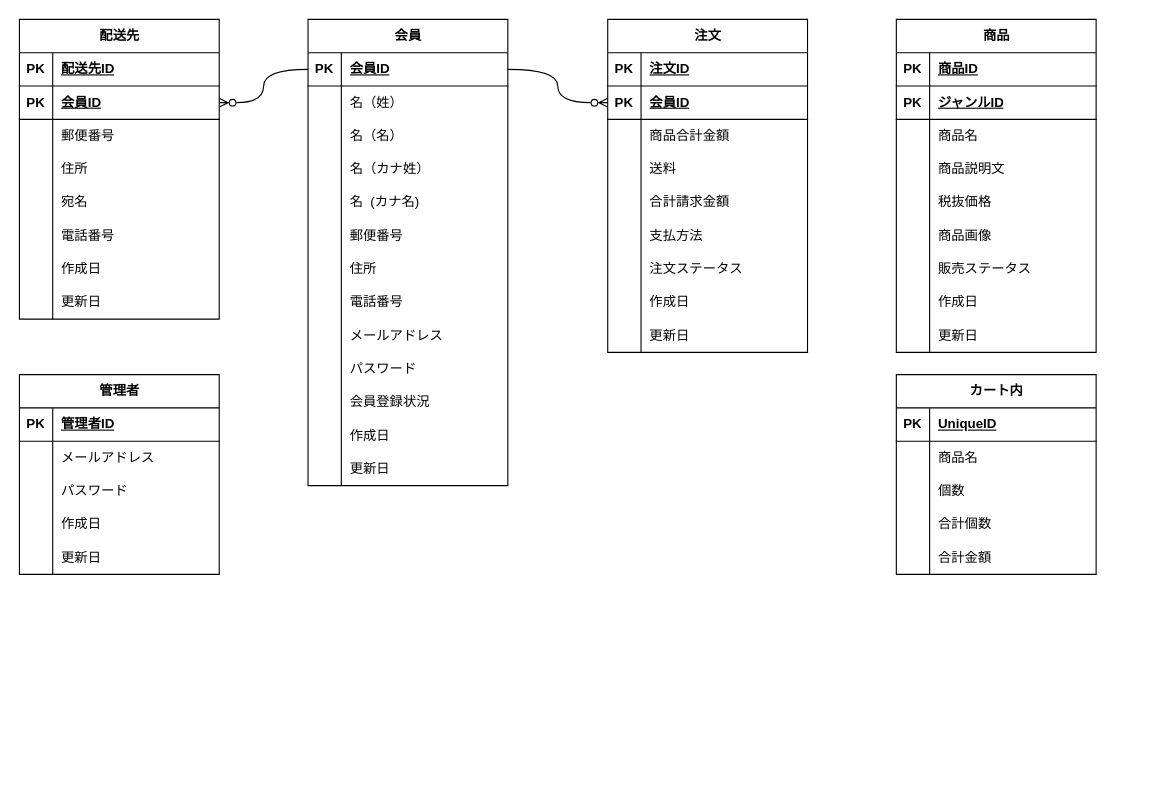
Satoko0129/exercises keeps this draw.io diagram as ER図.drawio. Above is the earlier version. Source tidied: cells renumbered, new cells numbered last; positions are measured from the earlier drawing's top-left corner, leaving out a move shared by most shapes. Both pictures are drawn from the tidied source at 111%, with x=0, y=0 at pixel (19, 19).
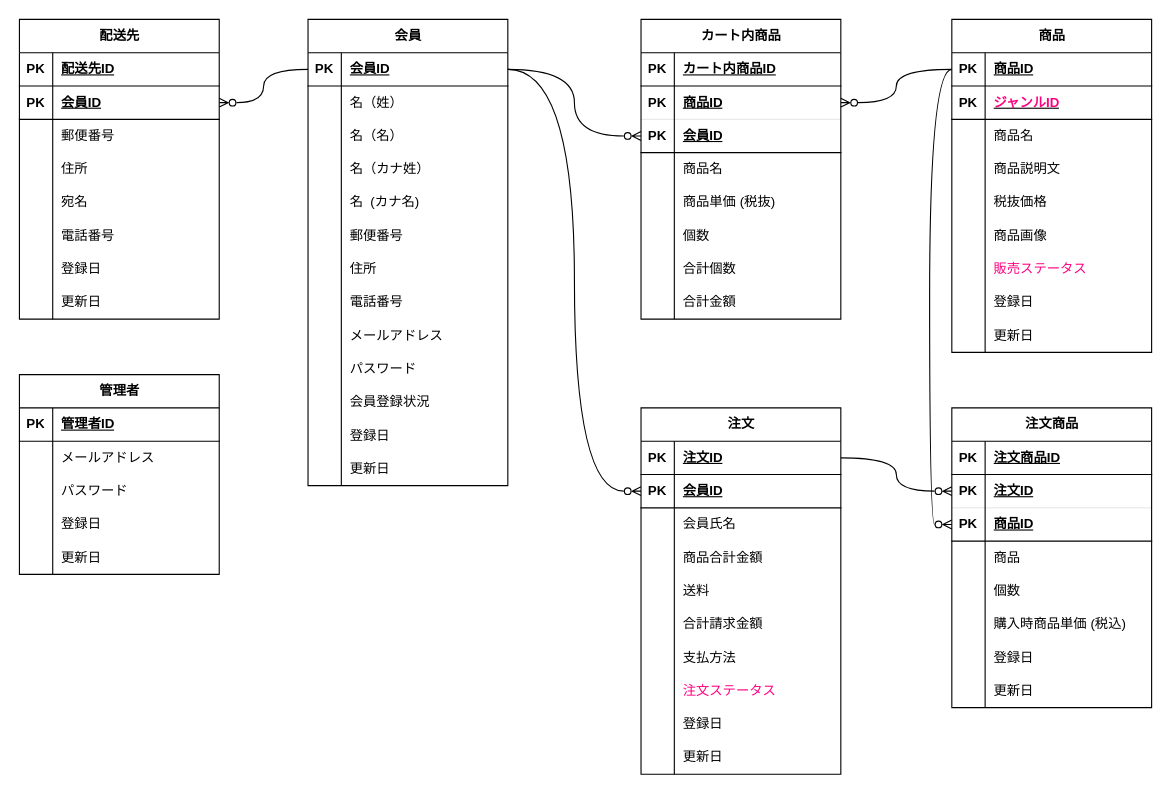
The same page after the edit.

Commit message (it also covers changes not shown here):
ER図.drawio を更新します

Unchanged cells that the change refers to:
```xml
<mxCell id="3" style="shape=tableRow;horizontal=0;startSize=0;swimlaneHead=0;swimlaneBody=0;fillColor=none;points=[[0,0.5],[1,0.5]];portConstraint=eastwest;top=0;left=0;right=0;bottom=1;" parent="2" vertex="1">
  <mxGeometry y="30" width="180" height="30" as="geometry" />
</mxCell>
<mxCell id="36" style="shape=tableRow;horizontal=0;startSize=0;swimlaneHead=0;swimlaneBody=0;fillColor=none;top=0;left=0;right=0;bottom=0;" parent="2" vertex="1">
  <mxGeometry y="360" width="180" height="30" as="geometry" />
</mxCell>
<mxCell id="61" style="shape=tableRow;horizontal=0;startSize=0;swimlaneHead=0;swimlaneBody=0;fillColor=none;top=0;left=0;right=0;bottom=0;" parent="42" vertex="1">
  <mxGeometry y="210" width="180" height="30" as="geometry" />
</mxCell>
<mxCell id="68" style="shape=tableRow;horizontal=0;startSize=0;swimlaneHead=0;swimlaneBody=0;fillColor=none;top=0;left=0;right=0;bottom=1;" parent="67" vertex="1">
  <mxGeometry y="30" width="180" height="30" as="geometry" />
</mxCell>
<mxCell id="84" style="shape=tableRow;horizontal=0;startSize=0;swimlaneHead=0;swimlaneBody=0;fillColor=none;points=[[0,0.5],[1,0.5]];portConstraint=eastwest;top=0;left=0;right=0;bottom=1;" parent="83" vertex="1">
  <mxGeometry y="30" width="180" height="30" as="geometry" />
</mxCell>
<mxCell id="122" style="shape=tableRow;horizontal=0;startSize=0;swimlaneHead=0;swimlaneBody=0;fillColor=none;top=0;left=0;right=0;bottom=0;" parent="112" vertex="1">
  <mxGeometry y="120" width="180" height="30" as="geometry" />
</mxCell>
<mxCell id="130" style="shape=tableRow;horizontal=0;startSize=0;swimlaneHead=0;swimlaneBody=0;fillColor=none;points=[[0,0.5],[1,0.5]];portConstraint=eastwest;top=0;left=0;right=0;bottom=1;" parent="129" vertex="1">
  <mxGeometry y="30" width="180" height="30" as="geometry" />
</mxCell>
<mxCell id="133" style="shape=tableRow;horizontal=0;startSize=0;swimlaneHead=0;swimlaneBody=0;fillColor=none;top=0;left=0;right=0;bottom=1;" parent="129" vertex="1">
  <mxGeometry y="60" width="180" height="30" as="geometry" />
</mxCell>
<mxCell id="148" style="shape=tableRow;horizontal=0;startSize=0;swimlaneHead=0;swimlaneBody=0;fillColor=none;top=0;left=0;right=0;bottom=0;" parent="129" vertex="1">
  <mxGeometry y="210" width="180" height="30" as="geometry" />
</mxCell>
<mxCell id="151" style="shape=tableRow;horizontal=0;startSize=0;swimlaneHead=0;swimlaneBody=0;fillColor=none;top=0;left=0;right=0;bottom=0;" parent="129" vertex="1">
  <mxGeometry y="240" width="180" height="30" as="geometry" />
</mxCell>
```

Change to the diagram source:
```diff
@@
-    <mxCell id="38" value="作成日" style="shape=partialRectangle;fillColor=none;top=0;left=0;bottom=0;right=0;align=left;spacingLeft=6;overflow=hidden;whiteSpace=wrap;html=1;" parent="36" vertex="1">
+    <mxCell id="38" value="登録日" style="shape=partialRectangle;fillColor=none;top=0;left=0;bottom=0;right=0;align=left;spacingLeft=6;overflow=hidden;whiteSpace=wrap;html=1;" parent="36" vertex="1">
       <mxGeometry x="30" width="150" height="30" as="geometry" />
     </mxCell>
@@
-    <mxCell id="63" value="作成日" style="shape=partialRectangle;fillColor=none;top=0;left=0;bottom=0;right=0;align=left;spacingLeft=6;overflow=hidden;whiteSpace=wrap;html=1;" parent="61" vertex="1">
+    <mxCell id="63" value="登録日" style="shape=partialRectangle;fillColor=none;top=0;left=0;bottom=0;right=0;align=left;spacingLeft=6;overflow=hidden;whiteSpace=wrap;html=1;" parent="61" vertex="1">
       <mxGeometry x="30" width="150" height="30" as="geometry" />
     </mxCell>
@@
-    <mxCell id="67" value="カート内" style="shape=table;startSize=30;childLayout=tableLayout;rowLines=0;fontStyle=1;align=center;html=1;" parent="1" vertex="1">
-      <mxGeometry x="790" y="320" width="180" height="180" as="geometry" />
+    <mxCell id="67" value="カート内商品" style="shape=table;startSize=30;childLayout=tableLayout;rowLines=0;fontStyle=1;align=center;html=1;" parent="1" vertex="1">
+      <mxGeometry x="560" width="180" height="270" as="geometry" />
     </mxCell>
@@
-    <mxCell id="70" value="UniqueID" style="shape=partialRectangle;fillColor=none;top=0;left=0;bottom=0;right=0;align=left;spacingLeft=6;fontStyle=5;overflow=hidden;whiteSpace=wrap;html=1;" parent="68" vertex="1">
+    <mxCell id="70" value="カート内商品ID" style="shape=partialRectangle;fillColor=none;top=0;left=0;bottom=0;right=0;align=left;spacingLeft=6;fontStyle=5;overflow=hidden;whiteSpace=wrap;html=1;" parent="68" vertex="1">
       <mxGeometry x="30" width="150" height="30" as="geometry" />
     </mxCell>
+    <mxCell id="158" style="shape=tableRow;horizontal=0;startSize=0;swimlaneHead=0;swimlaneBody=0;fillColor=none;points=[[0,0.5],[1,0.5]];portConstraint=eastwest;top=0;left=0;right=0;bottom=1;strokeColor=inherit;strokeWidth=0;" parent="67" vertex="1">
+      <mxGeometry y="60" width="180" height="30" as="geometry" />
+    </mxCell>
+    <mxCell id="159" value="PK&lt;br&gt;" style="shape=partialRectangle;fillColor=none;top=0;left=0;bottom=0;right=0;fontStyle=1;overflow=hidden;whiteSpace=wrap;html=1;" parent="158" vertex="1">
+      <mxGeometry width="30" height="30" as="geometry" />
+    </mxCell>
+    <mxCell id="160" value="商品ID" style="shape=partialRectangle;fillColor=none;top=0;left=0;bottom=0;right=0;align=left;spacingLeft=6;fontStyle=5;overflow=hidden;whiteSpace=wrap;html=1;" parent="158" vertex="1">
+      <mxGeometry x="30" width="150" height="30" as="geometry" />
+    </mxCell>
+    <mxCell id="161" style="shape=tableRow;horizontal=0;startSize=0;swimlaneHead=0;swimlaneBody=0;fillColor=none;points=[[0,0.5],[1,0.5]];portConstraint=eastwest;top=0;left=0;right=0;bottom=1;" parent="67" vertex="1">
+      <mxGeometry y="90" width="180" height="30" as="geometry" />
+    </mxCell>
+    <mxCell id="162" value="PK" style="shape=partialRectangle;fillColor=none;top=0;left=0;bottom=0;right=0;fontStyle=1;overflow=hidden;whiteSpace=wrap;html=1;" parent="161" vertex="1">
+      <mxGeometry width="30" height="30" as="geometry" />
+    </mxCell>
+    <mxCell id="163" value="会員ID" style="shape=partialRectangle;fillColor=none;top=0;left=0;bottom=0;right=0;align=left;spacingLeft=6;fontStyle=5;overflow=hidden;whiteSpace=wrap;html=1;" parent="161" vertex="1">
+      <mxGeometry x="30" width="150" height="30" as="geometry" />
+    </mxCell>
     <mxCell id="71" style="shape=tableRow;horizontal=0;startSize=0;swimlaneHead=0;swimlaneBody=0;fillColor=none;top=0;left=0;right=0;bottom=0;" parent="67" vertex="1">
-      <mxGeometry y="60" width="180" height="30" as="geometry" />
+      <mxGeometry y="120" width="180" height="30" as="geometry" />
     </mxCell>
@@
+    <mxCell id="164" style="shape=tableRow;horizontal=0;startSize=0;swimlaneHead=0;swimlaneBody=0;fillColor=none;top=0;left=0;right=0;bottom=0;" parent="67" vertex="1">
+      <mxGeometry y="150" width="180" height="30" as="geometry" />
+    </mxCell>
+    <mxCell id="165" style="shape=partialRectangle;fillColor=none;top=0;left=0;bottom=0;right=0;overflow=hidden;whiteSpace=wrap;html=1;" parent="164" vertex="1">
+      <mxGeometry width="30" height="30" as="geometry" />
+    </mxCell>
+    <mxCell id="166" value="商品単価 (税抜)&amp;nbsp;" style="shape=partialRectangle;fillColor=none;top=0;left=0;bottom=0;right=0;align=left;spacingLeft=6;overflow=hidden;whiteSpace=wrap;html=1;" parent="164" vertex="1">
+      <mxGeometry x="30" width="150" height="30" as="geometry" />
+    </mxCell>
     <mxCell id="74" style="shape=tableRow;horizontal=0;startSize=0;swimlaneHead=0;swimlaneBody=0;fillColor=none;top=0;left=0;right=0;bottom=0;" parent="67" vertex="1">
-      <mxGeometry y="90" width="180" height="30" as="geometry" />
+      <mxGeometry y="180" width="180" height="30" as="geometry" />
     </mxCell>
@@
     <mxCell id="77" style="shape=tableRow;horizontal=0;startSize=0;swimlaneHead=0;swimlaneBody=0;fillColor=none;top=0;left=0;right=0;bottom=0;" parent="67" vertex="1">
-      <mxGeometry y="120" width="180" height="30" as="geometry" />
+      <mxGeometry y="210" width="180" height="30" as="geometry" />
     </mxCell>
@@
     <mxCell id="80" style="shape=tableRow;horizontal=0;startSize=0;swimlaneHead=0;swimlaneBody=0;fillColor=none;top=0;left=0;right=0;bottom=0;" parent="67" vertex="1">
-      <mxGeometry y="150" width="180" height="30" as="geometry" />
+      <mxGeometry y="240" width="180" height="30" as="geometry" />
     </mxCell>
@@
     <mxCell id="83" value="注文" style="shape=table;startSize=30;childLayout=tableLayout;rowLines=0;fontStyle=1;align=center;html=1;" parent="1" vertex="1">
-      <mxGeometry x="530" width="180" height="300" as="geometry" />
+      <mxGeometry x="560" y="350" width="180" height="330" as="geometry" />
     </mxCell>
@@
+    <mxCell id="167" style="shape=tableRow;horizontal=0;startSize=0;swimlaneHead=0;swimlaneBody=0;fillColor=none;top=0;left=0;right=0;bottom=0;" parent="83" vertex="1">
+      <mxGeometry y="90" width="180" height="30" as="geometry" />
+    </mxCell>
+    <mxCell id="168" style="shape=partialRectangle;fillColor=none;top=0;left=0;bottom=0;right=0;overflow=hidden;whiteSpace=wrap;html=1;" parent="167" vertex="1">
+      <mxGeometry width="30" height="30" as="geometry" />
+    </mxCell>
+    <mxCell id="169" value="会員氏名" style="shape=partialRectangle;fillColor=none;top=0;left=0;bottom=0;right=0;align=left;spacingLeft=6;overflow=hidden;whiteSpace=wrap;html=1;" parent="167" vertex="1">
+      <mxGeometry x="30" width="150" height="30" as="geometry" />
+    </mxCell>
     <mxCell id="90" style="shape=tableRow;horizontal=0;startSize=0;swimlaneHead=0;swimlaneBody=0;fillColor=none;top=0;left=0;right=0;bottom=0;" parent="83" vertex="1">
-      <mxGeometry y="90" width="180" height="30" as="geometry" />
+      <mxGeometry y="120" width="180" height="30" as="geometry" />
     </mxCell>
@@
     <mxCell id="93" style="shape=tableRow;horizontal=0;startSize=0;swimlaneHead=0;swimlaneBody=0;fillColor=none;top=0;left=0;right=0;bottom=0;" parent="83" vertex="1">
-      <mxGeometry y="120" width="180" height="30" as="geometry" />
+      <mxGeometry y="150" width="180" height="30" as="geometry" />
     </mxCell>
@@
     <mxCell id="96" style="shape=tableRow;horizontal=0;startSize=0;swimlaneHead=0;swimlaneBody=0;fillColor=none;top=0;left=0;right=0;bottom=0;" parent="83" vertex="1">
-      <mxGeometry y="150" width="180" height="30" as="geometry" />
+      <mxGeometry y="180" width="180" height="30" as="geometry" />
     </mxCell>
@@
     <mxCell id="99" style="shape=tableRow;horizontal=0;startSize=0;swimlaneHead=0;swimlaneBody=0;fillColor=none;top=0;left=0;right=0;bottom=0;" parent="83" vertex="1">
-      <mxGeometry y="180" width="180" height="30" as="geometry" />
+      <mxGeometry y="210" width="180" height="30" as="geometry" />
     </mxCell>
@@
     <mxCell id="102" style="shape=tableRow;horizontal=0;startSize=0;swimlaneHead=0;swimlaneBody=0;fillColor=none;top=0;left=0;right=0;bottom=0;" parent="83" vertex="1">
-      <mxGeometry y="210" width="180" height="30" as="geometry" />
+      <mxGeometry y="240" width="180" height="30" as="geometry" />
     </mxCell>
@@
-    <mxCell id="104" value="注文ステータス" style="shape=partialRectangle;fillColor=none;top=0;left=0;bottom=0;right=0;align=left;spacingLeft=6;overflow=hidden;whiteSpace=wrap;html=1;" parent="102" vertex="1">
+    <mxCell id="104" value="&lt;font color=&quot;#ff0080&quot;&gt;注文ステータス&lt;/font&gt;" style="shape=partialRectangle;fillColor=none;top=0;left=0;bottom=0;right=0;align=left;spacingLeft=6;overflow=hidden;whiteSpace=wrap;html=1;" parent="102" vertex="1">
       <mxGeometry x="30" width="150" height="30" as="geometry" />
     </mxCell>
     <mxCell id="105" style="shape=tableRow;horizontal=0;startSize=0;swimlaneHead=0;swimlaneBody=0;fillColor=none;top=0;left=0;right=0;bottom=0;" parent="83" vertex="1">
-      <mxGeometry y="240" width="180" height="30" as="geometry" />
+      <mxGeometry y="270" width="180" height="30" as="geometry" />
     </mxCell>
@@
-    <mxCell id="107" value="作成日" style="shape=partialRectangle;fillColor=none;top=0;left=0;bottom=0;right=0;align=left;spacingLeft=6;overflow=hidden;whiteSpace=wrap;html=1;" parent="105" vertex="1">
+    <mxCell id="107" value="登録日" style="shape=partialRectangle;fillColor=none;top=0;left=0;bottom=0;right=0;align=left;spacingLeft=6;overflow=hidden;whiteSpace=wrap;html=1;" parent="105" vertex="1">
       <mxGeometry x="30" width="150" height="30" as="geometry" />
     </mxCell>
     <mxCell id="108" style="shape=tableRow;horizontal=0;startSize=0;swimlaneHead=0;swimlaneBody=0;fillColor=none;top=0;left=0;right=0;bottom=0;" parent="83" vertex="1">
-      <mxGeometry y="270" width="180" height="30" as="geometry" />
+      <mxGeometry y="300" width="180" height="30" as="geometry" />
     </mxCell>
@@
-    <mxCell id="124" value="作成日" style="shape=partialRectangle;fillColor=none;top=0;left=0;bottom=0;right=0;align=left;spacingLeft=6;overflow=hidden;whiteSpace=wrap;html=1;" parent="122" vertex="1">
+    <mxCell id="124" value="登録日" style="shape=partialRectangle;fillColor=none;top=0;left=0;bottom=0;right=0;align=left;spacingLeft=6;overflow=hidden;whiteSpace=wrap;html=1;" parent="122" vertex="1">
       <mxGeometry x="30" width="150" height="30" as="geometry" />
     </mxCell>
@@
     <mxCell id="129" value="商品" style="shape=table;startSize=30;childLayout=tableLayout;rowLines=0;fontStyle=1;align=center;html=1;" parent="1" vertex="1">
-      <mxGeometry x="790" width="180" height="300" as="geometry" />
+      <mxGeometry x="840" width="180" height="300" as="geometry" />
     </mxCell>
@@
-    <mxCell id="135" value="ジャンルID" style="shape=partialRectangle;fillColor=none;top=0;left=0;bottom=0;right=0;align=left;spacingLeft=6;fontStyle=5;overflow=hidden;whiteSpace=wrap;html=1;" parent="133" vertex="1">
+    <mxCell id="135" value="&lt;font color=&quot;#ff0080&quot;&gt;ジャンルID&lt;/font&gt;" style="shape=partialRectangle;fillColor=none;top=0;left=0;bottom=0;right=0;align=left;spacingLeft=6;fontStyle=5;overflow=hidden;whiteSpace=wrap;html=1;" parent="133" vertex="1">
       <mxGeometry x="30" width="150" height="30" as="geometry" />
     </mxCell>
@@
-    <mxCell id="150" value="販売ステータス" style="shape=partialRectangle;fillColor=none;top=0;left=0;bottom=0;right=0;align=left;spacingLeft=6;overflow=hidden;whiteSpace=wrap;html=1;" parent="148" vertex="1">
+    <mxCell id="150" value="&lt;font color=&quot;#ff0080&quot;&gt;販売ステータス&lt;/font&gt;" style="shape=partialRectangle;fillColor=none;top=0;left=0;bottom=0;right=0;align=left;spacingLeft=6;overflow=hidden;whiteSpace=wrap;html=1;" parent="148" vertex="1">
       <mxGeometry x="30" width="150" height="30" as="geometry" />
     </mxCell>
@@
-    <mxCell id="153" value="作成日" style="shape=partialRectangle;fillColor=none;top=0;left=0;bottom=0;right=0;align=left;spacingLeft=6;overflow=hidden;whiteSpace=wrap;html=1;" parent="151" vertex="1">
+    <mxCell id="153" value="登録日" style="shape=partialRectangle;fillColor=none;top=0;left=0;bottom=0;right=0;align=left;spacingLeft=6;overflow=hidden;whiteSpace=wrap;html=1;" parent="151" vertex="1">
       <mxGeometry x="30" width="150" height="30" as="geometry" />
     </mxCell>
@@
+    <mxCell id="170" style="edgeStyle=orthogonalEdgeStyle;jettySize=auto;html=1;exitX=0;exitY=0.5;exitDx=0;exitDy=0;curved=1;endArrow=ERzeroToMany;endFill=0;" parent="1" edge="1" source="130" target="158">
+      <mxGeometry relative="1" as="geometry" />
+    </mxCell>
+    <mxCell id="171" style="edgeStyle=orthogonalEdgeStyle;jettySize=auto;html=1;exitX=1;exitY=0.5;exitDx=0;exitDy=0;entryX=0;entryY=0.5;entryDx=0;entryDy=0;curved=1;endArrow=ERzeroToMany;endFill=0;" parent="1" edge="1" source="3" target="161">
+      <mxGeometry relative="1" as="geometry" />
+    </mxCell>
+    <mxCell id="172" value="注文商品" style="shape=table;startSize=30;childLayout=tableLayout;rowLines=0;fontStyle=1;align=center;html=1;" parent="1" vertex="1">
+      <mxGeometry x="840" y="350" width="180" height="270" as="geometry" />
+    </mxCell>
+    <mxCell id="173" style="shape=tableRow;horizontal=0;startSize=0;swimlaneHead=0;swimlaneBody=0;fillColor=none;top=0;left=0;right=0;bottom=1;" parent="172" vertex="1">
+      <mxGeometry y="30" width="180" height="30" as="geometry" />
+    </mxCell>
+    <mxCell id="174" value="PK" style="shape=partialRectangle;fillColor=none;top=0;left=0;bottom=0;right=0;fontStyle=1;overflow=hidden;whiteSpace=wrap;html=1;" parent="173" vertex="1">
+      <mxGeometry width="30" height="30" as="geometry" />
+    </mxCell>
+    <mxCell id="175" value="注文商品ID" style="shape=partialRectangle;fillColor=none;top=0;left=0;bottom=0;right=0;align=left;spacingLeft=6;fontStyle=5;overflow=hidden;whiteSpace=wrap;html=1;" parent="173" vertex="1">
+      <mxGeometry x="30" width="150" height="30" as="geometry" />
+    </mxCell>
+    <mxCell id="176" style="shape=tableRow;horizontal=0;startSize=0;swimlaneHead=0;swimlaneBody=0;fillColor=none;points=[[0,0.5],[1,0.5]];portConstraint=eastwest;top=0;left=0;right=0;bottom=1;strokeWidth=0;" parent="172" vertex="1">
+      <mxGeometry y="60" width="180" height="30" as="geometry" />
+    </mxCell>
+    <mxCell id="177" value="PK" style="shape=partialRectangle;fillColor=none;top=0;left=0;bottom=0;right=0;fontStyle=1;overflow=hidden;whiteSpace=wrap;html=1;" parent="176" vertex="1">
+      <mxGeometry width="30" height="30" as="geometry" />
+    </mxCell>
+    <mxCell id="178" value="注文ID" style="shape=partialRectangle;fillColor=none;top=0;left=0;bottom=0;right=0;align=left;spacingLeft=6;fontStyle=5;overflow=hidden;whiteSpace=wrap;html=1;" parent="176" vertex="1">
+      <mxGeometry x="30" width="150" height="30" as="geometry" />
+    </mxCell>
+    <mxCell id="179" style="shape=tableRow;horizontal=0;startSize=0;swimlaneHead=0;swimlaneBody=0;fillColor=none;points=[[0,0.5],[1,0.5]];portConstraint=eastwest;top=0;left=0;right=0;bottom=1;" parent="172" vertex="1">
+      <mxGeometry y="90" width="180" height="30" as="geometry" />
+    </mxCell>
+    <mxCell id="180" value="PK" style="shape=partialRectangle;fillColor=none;top=0;left=0;bottom=0;right=0;fontStyle=1;overflow=hidden;whiteSpace=wrap;html=1;" parent="179" vertex="1">
+      <mxGeometry width="30" height="30" as="geometry" />
+    </mxCell>
+    <mxCell id="181" value="商品ID" style="shape=partialRectangle;fillColor=none;top=0;left=0;bottom=0;right=0;align=left;spacingLeft=6;fontStyle=5;overflow=hidden;whiteSpace=wrap;html=1;" parent="179" vertex="1">
+      <mxGeometry x="30" width="150" height="30" as="geometry" />
+    </mxCell>
+    <mxCell id="182" style="shape=tableRow;horizontal=0;startSize=0;swimlaneHead=0;swimlaneBody=0;fillColor=none;top=0;left=0;right=0;bottom=0;" parent="172" vertex="1">
+      <mxGeometry y="120" width="180" height="30" as="geometry" />
+    </mxCell>
+    <mxCell id="183" style="shape=partialRectangle;fillColor=none;top=0;left=0;bottom=0;right=0;overflow=hidden;whiteSpace=wrap;html=1;" parent="182" vertex="1">
+      <mxGeometry width="30" height="30" as="geometry" />
+    </mxCell>
+    <mxCell id="184" value="商品" style="shape=partialRectangle;fillColor=none;top=0;left=0;bottom=0;right=0;align=left;spacingLeft=6;overflow=hidden;whiteSpace=wrap;html=1;" parent="182" vertex="1">
+      <mxGeometry x="30" width="150" height="30" as="geometry" />
+    </mxCell>
+    <mxCell id="185" style="shape=tableRow;horizontal=0;startSize=0;swimlaneHead=0;swimlaneBody=0;fillColor=none;top=0;left=0;right=0;bottom=0;" parent="172" vertex="1">
+      <mxGeometry y="150" width="180" height="30" as="geometry" />
+    </mxCell>
+    <mxCell id="186" style="shape=partialRectangle;fillColor=none;top=0;left=0;bottom=0;right=0;overflow=hidden;whiteSpace=wrap;html=1;" parent="185" vertex="1">
+      <mxGeometry width="30" height="30" as="geometry" />
+    </mxCell>
+    <mxCell id="187" value="個数" style="shape=partialRectangle;fillColor=none;top=0;left=0;bottom=0;right=0;align=left;spacingLeft=6;overflow=hidden;whiteSpace=wrap;html=1;" parent="185" vertex="1">
+      <mxGeometry x="30" width="150" height="30" as="geometry" />
+    </mxCell>
+    <mxCell id="188" style="shape=tableRow;horizontal=0;startSize=0;swimlaneHead=0;swimlaneBody=0;fillColor=none;top=0;left=0;right=0;bottom=0;" parent="172" vertex="1">
+      <mxGeometry y="180" width="180" height="30" as="geometry" />
+    </mxCell>
+    <mxCell id="189" style="shape=partialRectangle;fillColor=none;top=0;left=0;bottom=0;right=0;overflow=hidden;whiteSpace=wrap;html=1;" parent="188" vertex="1">
+      <mxGeometry width="30" height="30" as="geometry" />
+    </mxCell>
+    <mxCell id="190" value="購入時商品単価 (税込)" style="shape=partialRectangle;fillColor=none;top=0;left=0;bottom=0;right=0;align=left;spacingLeft=6;overflow=hidden;whiteSpace=wrap;html=1;" parent="188" vertex="1">
+      <mxGeometry x="30" width="150" height="30" as="geometry" />
+    </mxCell>
+    <mxCell id="191" style="shape=tableRow;horizontal=0;startSize=0;swimlaneHead=0;swimlaneBody=0;fillColor=none;top=0;left=0;right=0;bottom=0;" parent="172" vertex="1">
+      <mxGeometry y="210" width="180" height="30" as="geometry" />
+    </mxCell>
+    <mxCell id="192" style="shape=partialRectangle;fillColor=none;top=0;left=0;bottom=0;right=0;overflow=hidden;whiteSpace=wrap;html=1;" parent="191" vertex="1">
+      <mxGeometry width="30" height="30" as="geometry" />
+    </mxCell>
+    <mxCell id="193" value="登録日" style="shape=partialRectangle;fillColor=none;top=0;left=0;bottom=0;right=0;align=left;spacingLeft=6;overflow=hidden;whiteSpace=wrap;html=1;" parent="191" vertex="1">
+      <mxGeometry x="30" width="150" height="30" as="geometry" />
+    </mxCell>
+    <mxCell id="194" style="shape=tableRow;horizontal=0;startSize=0;swimlaneHead=0;swimlaneBody=0;fillColor=none;top=0;left=0;right=0;bottom=0;" parent="172" vertex="1">
+      <mxGeometry y="240" width="180" height="30" as="geometry" />
+    </mxCell>
+    <mxCell id="195" style="shape=partialRectangle;fillColor=none;top=0;left=0;bottom=0;right=0;overflow=hidden;whiteSpace=wrap;html=1;" parent="194" vertex="1">
+      <mxGeometry width="30" height="30" as="geometry" />
+    </mxCell>
+    <mxCell id="196" value="更新日" style="shape=partialRectangle;fillColor=none;top=0;left=0;bottom=0;right=0;align=left;spacingLeft=6;overflow=hidden;whiteSpace=wrap;html=1;" parent="194" vertex="1">
+      <mxGeometry x="30" width="150" height="30" as="geometry" />
+    </mxCell>
+    <mxCell id="197" style="edgeStyle=orthogonalEdgeStyle;jettySize=auto;html=1;exitX=0;exitY=0.5;exitDx=0;exitDy=0;entryX=0;entryY=0.5;entryDx=0;entryDy=0;curved=1;endArrow=ERzeroToMany;endFill=0;" parent="1" edge="1" source="130" target="179">
+      <mxGeometry relative="1" as="geometry" />
+    </mxCell>
+    <mxCell id="198" style="edgeStyle=orthogonalEdgeStyle;jettySize=auto;html=1;exitX=1;exitY=0.5;exitDx=0;exitDy=0;entryX=0;entryY=0.5;entryDx=0;entryDy=0;curved=1;endArrow=ERzeroToMany;endFill=0;" parent="1" edge="1" source="84" target="176">
+      <mxGeometry relative="1" as="geometry" />
+    </mxCell>
```
